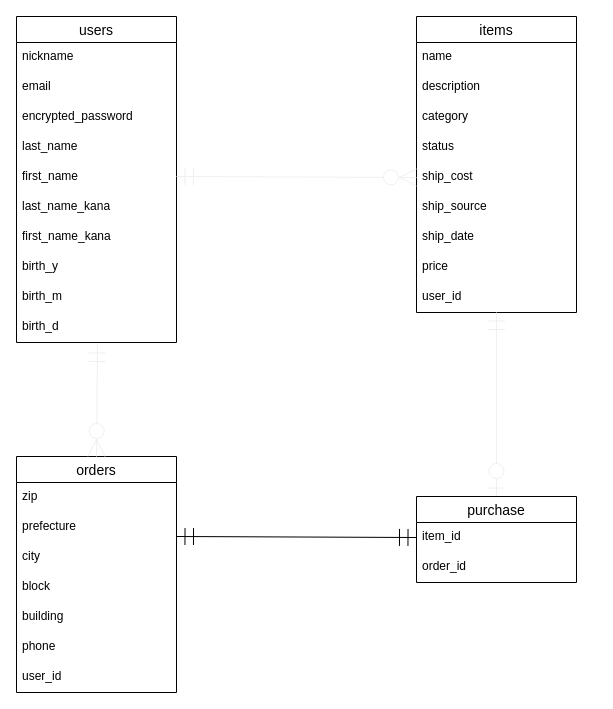
Tatsuya9156/furima-33498 keeps this draw.io diagram as furima.dio. Above is the earlier version. Source tidied: cells renumbered, new cells numbered last; positions are measured from the earlier drawing's top-left corner, leaving out a move shared by most shapes. Both pictures are drawn from the tidied source at 100%, with x=0, y=0 at pixel (16, 16).
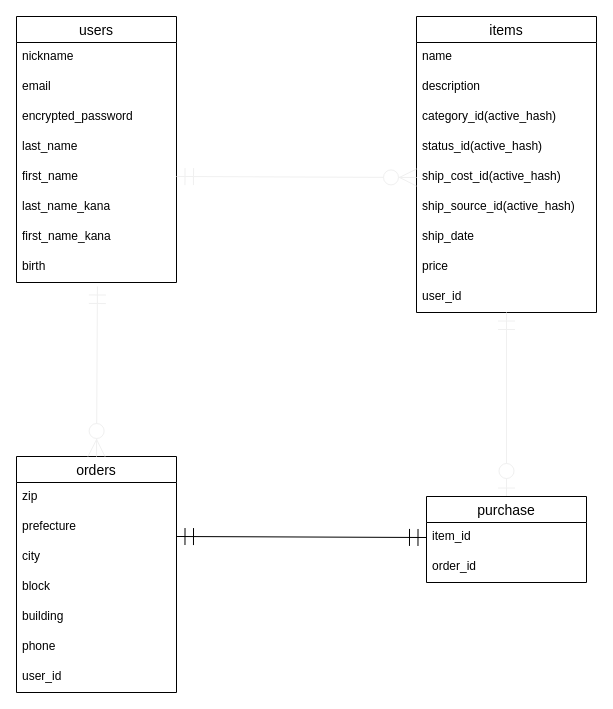
The same page after the edit.

Commit message (it also covers changes not shown here):
itemsテーブルの27〜31行目のColumnに_idの追加

The change refers to these unchanged cells:
```xml
<mxCell id="23" value="orders" style="swimlane;fontStyle=0;horizontal=1;startSize=26;align=center;fontSize=14;" parent="1" vertex="1">
  <mxGeometry y="440" width="160" height="236" as="geometry" />
</mxCell>
```

What changed in the source:
```diff
@@
     <mxCell id="2" value="users" style="swimlane;fontStyle=0;horizontal=1;startSize=26;align=center;fontSize=14;" parent="1" vertex="1">
-      <mxGeometry width="160" height="326" as="geometry" />
+      <mxGeometry width="160" height="266" as="geometry" />
     </mxCell>
@@
-    <mxCell id="10" value="birth_y" style="text;strokeColor=none;fillColor=none;spacingLeft=4;spacingRight=4;overflow=hidden;points=[[0,0.5],[1,0.5]];portConstraint=eastwest;fontSize=12;" parent="2" vertex="1">
+    <mxCell id="10" value="birth" style="text;strokeColor=none;fillColor=none;spacingLeft=4;spacingRight=4;overflow=hidden;points=[[0,0.5],[1,0.5]];portConstraint=eastwest;fontSize=12;" parent="2" vertex="1">
       <mxGeometry y="236" width="160" height="30" as="geometry" />
     </mxCell>
-    <mxCell id="11" value="birth_m" style="text;strokeColor=none;fillColor=none;spacingLeft=4;spacingRight=4;overflow=hidden;fontSize=12;" parent="2" vertex="1">
-      <mxGeometry y="266" width="160" height="30" as="geometry" />
-    </mxCell>
-    <mxCell id="12" value="birth_d" style="text;strokeColor=none;fillColor=none;spacingLeft=4;spacingRight=4;overflow=hidden;points=[[0,0.5],[1,0.5]];portConstraint=eastwest;fontSize=12;" parent="2" vertex="1">
-      <mxGeometry y="296" width="160" height="30" as="geometry" />
-    </mxCell>
     <mxCell id="13" value="items" style="swimlane;fontStyle=0;horizontal=1;startSize=26;align=center;fontSize=14;" parent="1" vertex="1">
-      <mxGeometry x="400" width="160" height="296" as="geometry" />
+      <mxGeometry x="400" width="180" height="296" as="geometry" />
     </mxCell>
     <mxCell id="14" value="name" style="text;strokeColor=none;fillColor=none;spacingLeft=4;spacingRight=4;overflow=hidden;fontSize=12;" parent="13" vertex="1">
-      <mxGeometry y="26" width="160" height="30" as="geometry" />
+      <mxGeometry y="26" width="180" height="30" as="geometry" />
     </mxCell>
     <mxCell id="15" value="description" style="text;strokeColor=none;fillColor=none;spacingLeft=4;spacingRight=4;overflow=hidden;fontSize=12;" parent="13" vertex="1">
-      <mxGeometry y="56" width="160" height="30" as="geometry" />
+      <mxGeometry y="56" width="180" height="30" as="geometry" />
     </mxCell>
-    <mxCell id="16" value="category" style="text;strokeColor=none;fillColor=none;spacingLeft=4;spacingRight=4;overflow=hidden;fontSize=12;" parent="13" vertex="1">
-      <mxGeometry y="86" width="160" height="30" as="geometry" />
+    <mxCell id="16" value="category_id(active_hash)" style="text;strokeColor=none;fillColor=none;spacingLeft=4;spacingRight=4;overflow=hidden;fontSize=12;" parent="13" vertex="1">
+      <mxGeometry y="86" width="180" height="30" as="geometry" />
     </mxCell>
-    <mxCell id="17" value="status" style="text;strokeColor=none;fillColor=none;spacingLeft=4;spacingRight=4;overflow=hidden;fontSize=12;" parent="13" vertex="1">
-      <mxGeometry y="116" width="160" height="30" as="geometry" />
+    <mxCell id="17" value="status_id(active_hash)" style="text;strokeColor=none;fillColor=none;spacingLeft=4;spacingRight=4;overflow=hidden;fontSize=12;" parent="13" vertex="1">
+      <mxGeometry y="116" width="180" height="30" as="geometry" />
     </mxCell>
-    <mxCell id="18" value="ship_cost" style="text;strokeColor=none;fillColor=none;spacingLeft=4;spacingRight=4;overflow=hidden;points=[[0,0.5],[1,0.5]];portConstraint=eastwest;fontSize=12;" parent="13" vertex="1">
-      <mxGeometry y="146" width="160" height="30" as="geometry" />
+    <mxCell id="18" value="ship_cost_id(active_hash)" style="text;strokeColor=none;fillColor=none;spacingLeft=4;spacingRight=4;overflow=hidden;points=[[0,0.5],[1,0.5]];portConstraint=eastwest;fontSize=12;" parent="13" vertex="1">
+      <mxGeometry y="146" width="180" height="30" as="geometry" />
     </mxCell>
-    <mxCell id="19" value="ship_source" style="text;strokeColor=none;fillColor=none;spacingLeft=4;spacingRight=4;overflow=hidden;fontSize=12;" parent="13" vertex="1">
-      <mxGeometry y="176" width="160" height="30" as="geometry" />
+    <mxCell id="19" value="ship_source_id(active_hash)" style="text;strokeColor=none;fillColor=none;spacingLeft=4;spacingRight=4;overflow=hidden;fontSize=12;" parent="13" vertex="1">
+      <mxGeometry y="176" width="180" height="30" as="geometry" />
     </mxCell>
     <mxCell id="20" value="ship_date" style="text;strokeColor=none;fillColor=none;spacingLeft=4;spacingRight=4;overflow=hidden;fontSize=12;" parent="13" vertex="1">
-      <mxGeometry y="206" width="160" height="30" as="geometry" />
+      <mxGeometry y="206" width="180" height="30" as="geometry" />
     </mxCell>
     <mxCell id="21" value="price" style="text;strokeColor=none;fillColor=none;spacingLeft=4;spacingRight=4;overflow=hidden;fontSize=12;" parent="13" vertex="1">
-      <mxGeometry y="236" width="160" height="30" as="geometry" />
+      <mxGeometry y="236" width="180" height="30" as="geometry" />
     </mxCell>
     <mxCell id="22" value="user_id" style="text;strokeColor=none;fillColor=none;spacingLeft=4;spacingRight=4;overflow=hidden;points=[[0,0.5],[1,0.5]];portConstraint=eastwest;fontSize=12;" parent="13" vertex="1">
-      <mxGeometry y="266" width="160" height="30" as="geometry" />
+      <mxGeometry y="266" width="180" height="30" as="geometry" />
     </mxCell>
@@
-    <mxCell id="31" style="endArrow=ERmandOne;html=1;rounded=0;strokeColor=#f0f0f0;strokeWidth=1;endFill=0;startArrow=ERzeroToMany;startFill=1;endSize=15;startSize=15;exitX=0.5;exitY=0;exitDx=0;exitDy=0;entryX=0.506;entryY=1.067;entryDx=0;entryDy=0;entryPerimeter=0;" parent="1" edge="1" source="23" target="12">
+    <mxCell id="31" style="endArrow=ERmandOne;html=1;rounded=0;strokeColor=#f0f0f0;strokeWidth=1;endFill=0;startArrow=ERzeroToMany;startFill=1;endSize=15;startSize=15;exitX=0.5;exitY=0;exitDx=0;exitDy=0;entryX=0.506;entryY=1.133;entryDx=0;entryDy=0;entryPerimeter=0;" parent="1" edge="1" source="23" target="10">
       <mxGeometry relative="1" as="geometry" />
     </mxCell>
@@
     <mxCell id="34" value="purchase" style="swimlane;fontStyle=0;horizontal=1;startSize=26;align=center;fontSize=14;" parent="1" vertex="1">
-      <mxGeometry x="400" y="480" width="160" height="86" as="geometry" />
+      <mxGeometry x="410" y="480" width="160" height="86" as="geometry" />
     </mxCell>
```
